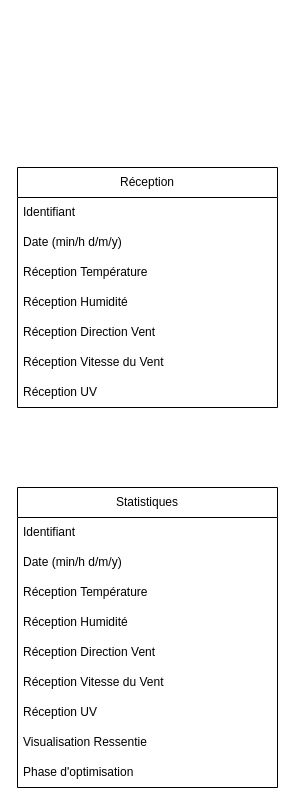
This is Nika_Weather/src/v1MCD.drawio from Mathuww/Nika-Weather, a draw.io file, before an edit. Source tidied: cells renumbered, new cells numbered last; positions are measured from the earlier drawing's top-left corner, leaving out a move shared by most shapes. Both pictures are drawn from the tidied source at 100%, with x=0, y=0 at pixel (17, 167).
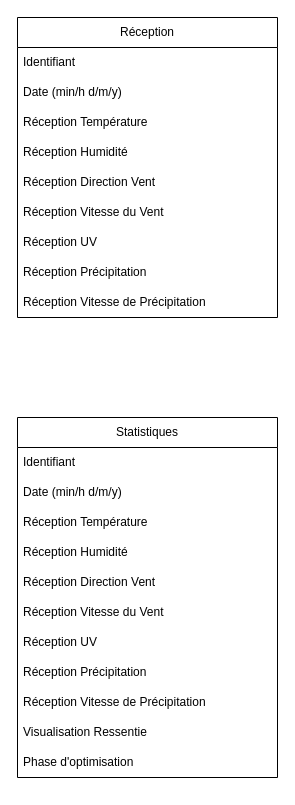
After the change.

What changed in the source:
```diff
@@
     <mxCell id="2" value="Réception" style="swimlane;fontStyle=0;horizontal=1;startSize=30;whiteSpace=wrap;html=1;" parent="1" vertex="1">
-      <mxGeometry width="260" height="240" as="geometry" />
+      <mxGeometry y="-150" width="260" height="300" as="geometry" />
     </mxCell>
@@
+    <mxCell id="20" value="Réception Précipitation" style="text;strokeColor=none;fillColor=none;align=left;verticalAlign=middle;spacingLeft=4;spacingRight=4;overflow=hidden;whiteSpace=wrap;html=1;" parent="2" vertex="1">
+      <mxGeometry y="240" width="260" height="30" as="geometry" />
+    </mxCell>
+    <mxCell id="21" value="Réception Vitesse de Précipitation" style="text;strokeColor=none;fillColor=none;align=left;verticalAlign=middle;spacingLeft=4;spacingRight=4;overflow=hidden;whiteSpace=wrap;html=1;" parent="2" vertex="1">
+      <mxGeometry y="270" width="260" height="30" as="geometry" />
+    </mxCell>
     <mxCell id="10" value="Statistiques" style="swimlane;fontStyle=0;horizontal=1;startSize=30;whiteSpace=wrap;html=1;" parent="1" vertex="1">
-      <mxGeometry y="320" width="260" height="300" as="geometry" />
+      <mxGeometry y="250" width="260" height="360" as="geometry" />
     </mxCell>
@@
+    <mxCell id="22" value="Réception Précipitation" style="text;strokeColor=none;fillColor=none;align=left;verticalAlign=middle;spacingLeft=4;spacingRight=4;overflow=hidden;whiteSpace=wrap;html=1;" parent="10" vertex="1">
+      <mxGeometry y="240" width="260" height="30" as="geometry" />
+    </mxCell>
+    <mxCell id="23" value="Réception Vitesse de Précipitation" style="text;strokeColor=none;fillColor=none;align=left;verticalAlign=middle;spacingLeft=4;spacingRight=4;overflow=hidden;whiteSpace=wrap;html=1;" parent="10" vertex="1">
+      <mxGeometry y="270" width="260" height="30" as="geometry" />
+    </mxCell>
     <mxCell id="18" value="Visualisation Ressentie" style="text;strokeColor=none;fillColor=none;align=left;verticalAlign=middle;spacingLeft=4;spacingRight=4;overflow=hidden;whiteSpace=wrap;html=1;" parent="10" vertex="1">
-      <mxGeometry y="240" width="260" height="30" as="geometry" />
+      <mxGeometry y="300" width="260" height="30" as="geometry" />
     </mxCell>
     <mxCell id="19" value="Phase d'optimisation" style="text;strokeColor=none;fillColor=none;align=left;verticalAlign=middle;spacingLeft=4;spacingRight=4;overflow=hidden;whiteSpace=wrap;html=1;" parent="10" vertex="1">
-      <mxGeometry y="270" width="260" height="30" as="geometry" />
+      <mxGeometry y="330" width="260" height="30" as="geometry" />
     </mxCell>
```
